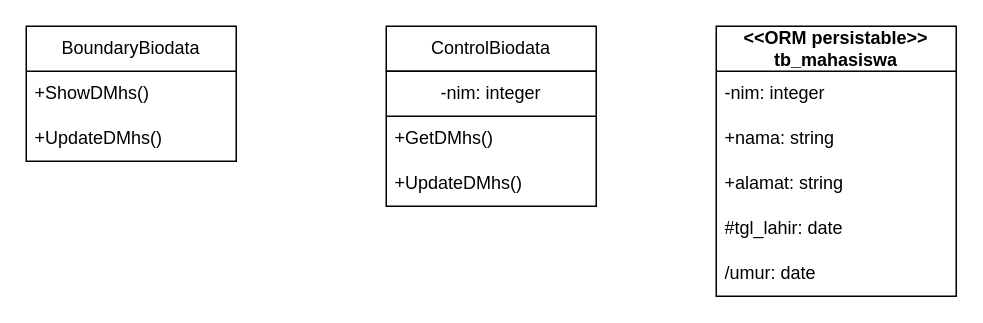
yogadwipayana/ERD keeps this draw.io diagram as class diagram.drawio. Above is the earlier version. Source tidied: cells renumbered, new cells numbered last; positions are measured from the earlier drawing's top-left corner, leaving out a move shared by most shapes. Both pictures are drawn from the tidied source at 150%, with x=0, y=0 at pixel (26, 26).
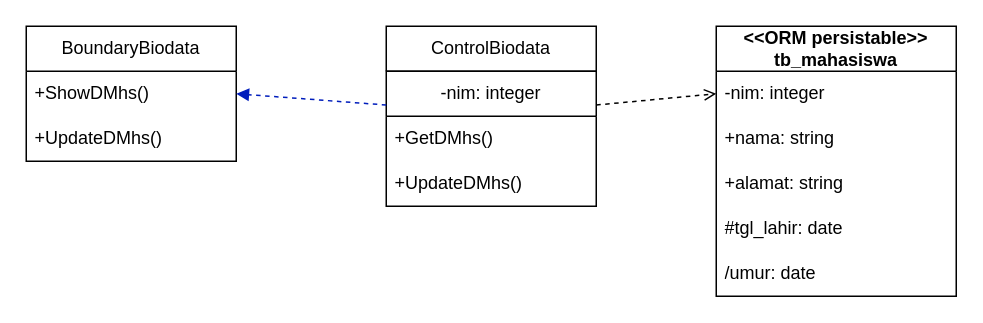
After the change.

Change to the diagram source:
```diff
@@
 <mxGraphModel>
   <root>
     <mxCell id="0" />
     <mxCell id="1" parent="0" />
     <mxCell id="2" value="&lt;span style=&quot;font-weight: 700;&quot;&gt;&amp;lt;&amp;lt;ORM persistable&amp;gt;&amp;gt;&lt;/span&gt;&lt;div style=&quot;font-weight: 700;&quot;&gt;tb_mahasiswa&lt;/div&gt;" style="swimlane;fontStyle=0;horizontal=1;startSize=30;whiteSpace=wrap;html=1;" parent="1" vertex="1">
       <mxGeometry x="460" width="160" height="180" as="geometry" />
     </mxCell>
     <mxCell id="3" value="-nim: integer" style="text;strokeColor=none;fillColor=none;align=left;verticalAlign=middle;spacingLeft=4;spacingRight=4;overflow=hidden;points=[[0,0.5],[1,0.5]];portConstraint=eastwest;whiteSpace=wrap;html=1;" parent="2" vertex="1">
       <mxGeometry y="30" width="160" height="30" as="geometry" />
     </mxCell>
     <mxCell id="4" value="+nama: string" style="text;strokeColor=none;fillColor=none;align=left;verticalAlign=middle;spacingLeft=4;spacingRight=4;overflow=hidden;whiteSpace=wrap;html=1;" parent="2" vertex="1">
       <mxGeometry y="60" width="160" height="30" as="geometry" />
     </mxCell>
     <mxCell id="5" value="+alamat: string" style="text;strokeColor=none;fillColor=none;align=left;verticalAlign=middle;spacingLeft=4;spacingRight=4;overflow=hidden;whiteSpace=wrap;html=1;" parent="2" vertex="1">
       <mxGeometry y="90" width="160" height="30" as="geometry" />
     </mxCell>
     <mxCell id="6" value="#tgl_lahir: date" style="text;strokeColor=none;fillColor=none;align=left;verticalAlign=middle;spacingLeft=4;spacingRight=4;overflow=hidden;whiteSpace=wrap;html=1;" parent="2" vertex="1">
       <mxGeometry y="120" width="160" height="30" as="geometry" />
     </mxCell>
     <mxCell id="7" value="/umur: date" style="text;strokeColor=none;fillColor=none;align=left;verticalAlign=middle;spacingLeft=4;spacingRight=4;overflow=hidden;whiteSpace=wrap;html=1;" parent="2" vertex="1">
       <mxGeometry y="150" width="160" height="30" as="geometry" />
     </mxCell>
     <mxCell id="8" value="ControlBiodata" style="swimlane;fontStyle=0;horizontal=1;startSize=30;whiteSpace=wrap;html=1;" parent="1" vertex="1">
       <mxGeometry x="240" width="140" height="30" as="geometry" />
     </mxCell>
     <mxCell id="9" value="-nim: integer" style="swimlane;fontStyle=0;horizontal=1;startSize=30;whiteSpace=wrap;html=1;" parent="1" vertex="1">
       <mxGeometry x="240" y="30" width="140" height="90" as="geometry" />
     </mxCell>
     <mxCell id="10" value="+GetDMhs()" style="text;strokeColor=none;fillColor=none;align=left;verticalAlign=middle;spacingLeft=4;spacingRight=4;overflow=hidden;whiteSpace=wrap;html=1;" parent="9" vertex="1">
       <mxGeometry y="30" width="140" height="30" as="geometry" />
     </mxCell>
     <mxCell id="11" value="+UpdateDMhs()" style="text;strokeColor=none;fillColor=none;align=left;verticalAlign=middle;spacingLeft=4;spacingRight=4;overflow=hidden;whiteSpace=wrap;html=1;" parent="9" vertex="1">
       <mxGeometry y="60" width="140" height="30" as="geometry" />
     </mxCell>
     <mxCell id="12" value="BoundaryBiodata" style="swimlane;fontStyle=0;horizontal=1;startSize=30;whiteSpace=wrap;html=1;" parent="1" vertex="1">
       <mxGeometry width="140" height="90" as="geometry" />
     </mxCell>
     <mxCell id="13" value="+ShowDMhs()" style="text;strokeColor=none;fillColor=none;align=left;verticalAlign=middle;spacingLeft=4;spacingRight=4;overflow=hidden;points=[[0,0.5],[1,0.5]];portConstraint=eastwest;whiteSpace=wrap;html=1;" parent="12" vertex="1">
       <mxGeometry y="30" width="140" height="30" as="geometry" />
     </mxCell>
     <mxCell id="14" value="+UpdateDMhs()" style="text;strokeColor=none;fillColor=none;align=left;verticalAlign=middle;spacingLeft=4;spacingRight=4;overflow=hidden;whiteSpace=wrap;html=1;" parent="12" vertex="1">
       <mxGeometry y="60" width="140" height="30" as="geometry" />
     </mxCell>
+    <mxCell id="15" style="endArrow=open;html=1;rounded=0;exitX=1;exitY=0.25;exitDx=0;exitDy=0;entryX=0;entryY=0.5;entryDx=0;entryDy=0;dashed=1;endFill=0;" parent="1" edge="1" source="9" target="3">
+      <mxGeometry relative="1" as="geometry" />
+    </mxCell>
+    <mxCell id="16" style="endArrow=block;html=1;rounded=0;exitX=0;exitY=0.25;exitDx=0;exitDy=0;entryX=1;entryY=0.5;entryDx=0;entryDy=0;dashed=1;endFill=1;fillColor=#0050ef;strokeColor=#001DBC;" parent="1" edge="1" source="9" target="13">
+      <mxGeometry relative="1" as="geometry" />
+    </mxCell>
   </root>
 </mxGraphModel>
```
